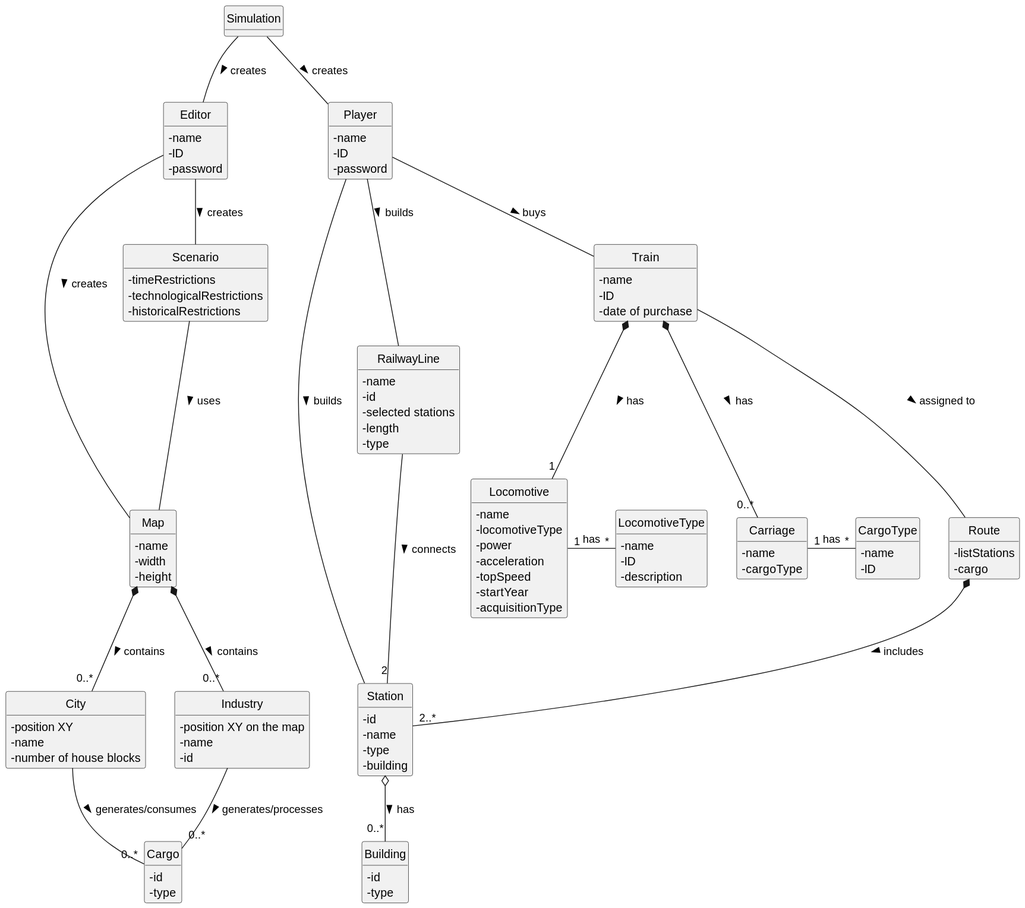
This is docs/sprint2/global-artifacts/02.analysis/svg/project-domain-model.svg from ivasduarte/all-aboard, a PlantUML export, as it was before one commit.
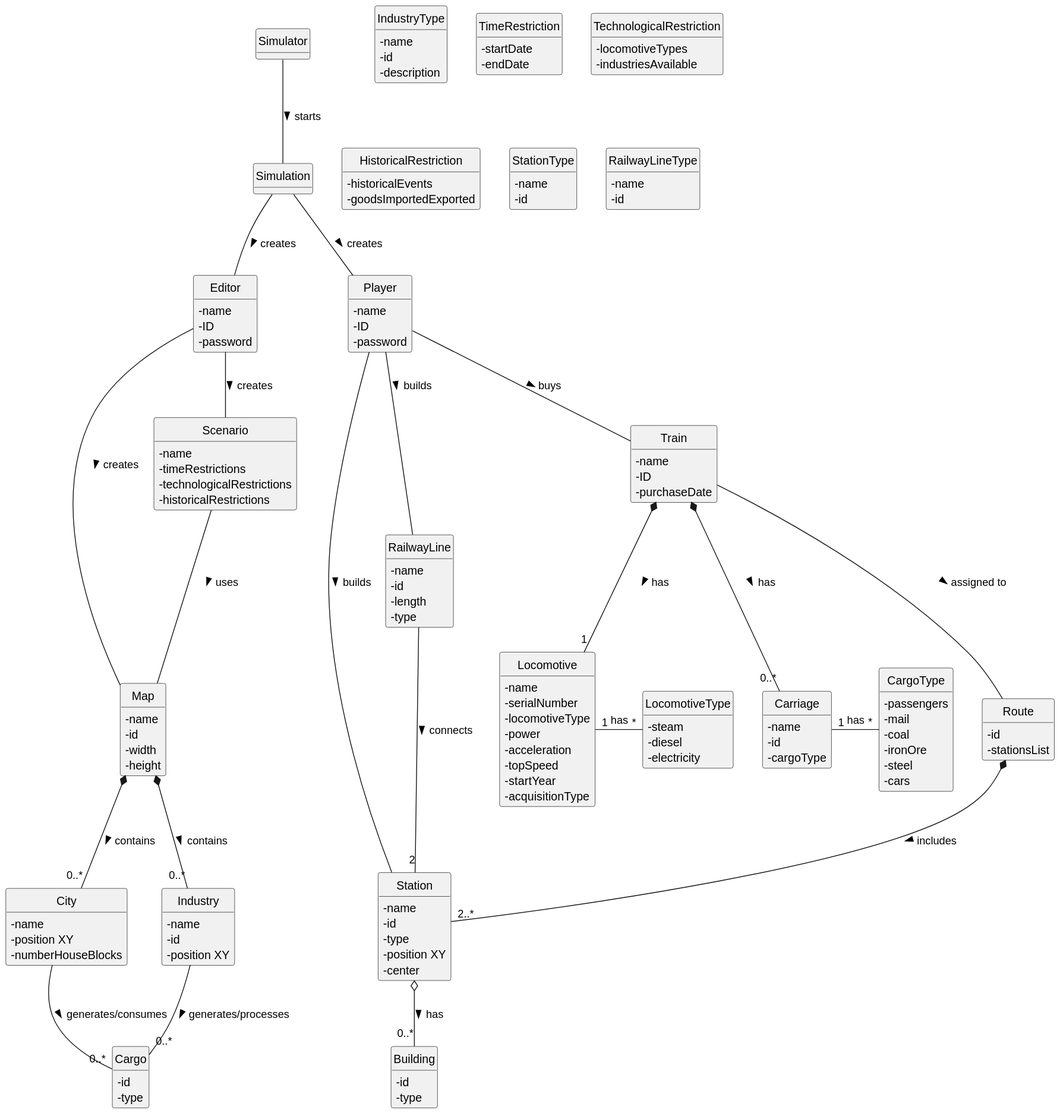
Above is the later version.

Commit message:
(docs): Added new classes to project domain model

Change to the diagram source:
```diff
@@ -7,83 +7,129 @@
 hide circle
 hide methods
 
-class Editor{
-- name
+class Editor {
+    - name
     - ID
     - password
 }
 
-class Player{
-- name
+class Player {
+    - name
     - ID
     - password
 }
 
-class Simulation{
+class Simulator {
 }
 
-class Map{
-- name
-- width
-- height
+class Simulation {
 }
 
-class City{
-- position XY
+class Map {
     - name
-    - number of house blocks
+    - id
+    - width
+    - height
 }
 
-class Industry{
- - position XY on the map
+class City {
+    - name
+    - position XY
+    - numberHouseBlocks
+}
+
+class Industry {
+    - name
+    - id
+    - position XY
+}
+
+class IndustryType {
+    - name
+    - id
+    - description
+}
+
+class Scenario {
+    - name
+    - timeRestrictions
+    - technologicalRestrictions
+    - historicalRestrictions
+}
+
+class TimeRestriction {
+    - startDate
+    - endDate
+}
+
+class TechnologicalRestriction {
+    - locomotiveTypes
+    - industriesAvailable
+}
+
+class HistoricalRestriction {
+    - historicalEvents
+    - goodsImportedExported
+}
+
+class Station {
+    - name
+    - id
+    - type
+    - position XY
+    - center
+}
+
+class StationType {
     - name
     - id
 }
 
-class Scenario{
-   - timeRestrictions
-  - technologicalRestrictions
-  - historicalRestrictions
-}
-
-class Station{
-    - id
-        - name
-        - type
-        - building
-}
-
-class Building{
+class Building {
     - id
     - type
 }
 
-class Cargo{
-- id
+class Cargo {
+    - id
     - type
 }
 
-class Route{
-- listStations
-- cargo
+class CargoType {
+    - passengers
+    - mail
+    - coal
+    - ironOre
+    - steel
+    - cars
 }
-class RailwayLine{
-- name
+
+class Route {
     - id
-    - selected stations
+    - stationsList
+}
+
+class RailwayLine {
+    - name
+    - id
     - length
     - type
 }
 
-
-class Train{
-- name
-    - ID
-    - date of purchase
+class RailwayLineType {
+    - name
+    - id
 }
 
-class Locomotive{
-- name
+class Train {
+    - name
+    - ID
+    - purchaseDate
+}
+
+class Locomotive {
+    - name
+    - serialNumber
     - locomotiveType
     - power
     - acceleration
@@ -92,21 +138,19 @@
     - acquisitionType
 }
 
-class LocomotiveType{
-    - name
-    - ID
-    - description
+class LocomotiveType {
+    - steam
+    - diesel
+    - electricity
 }
 
-class Carriage{
-- name
+class Carriage {
+    - name
+    - id
     - cargoType
 }
-class CargoType{
-    - name
-    - ID
-}
 
+Simulator -- Simulation : starts >
 
 Editor -- Map : creates >
 Editor -- Scenario : creates >
@@ -115,7 +159,6 @@
 Scenario -- Map : uses >
 
 Station o-- "0..*" Building : has >
-
 
 RailwayLine -- "2" Station : connects >
 
```
